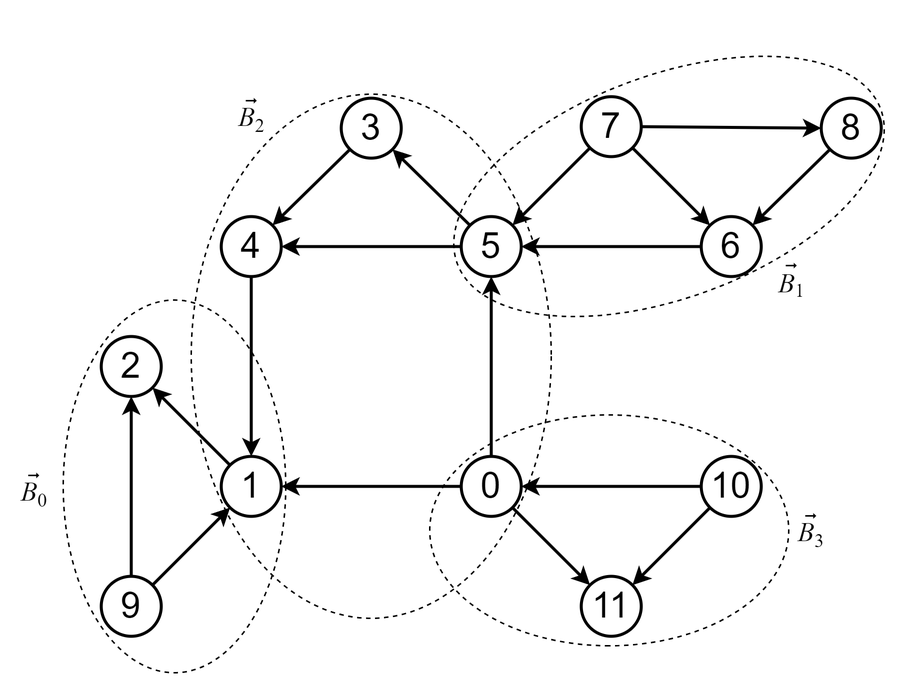
Before: thesis/images/graph_ex_components.png, a diagram exported from draw.io (IC-99/book-embeddings). Source tidied: cells renumbered, new cells last; positions are measured from the earlier drawing's top-left corner, leaving out a move shared by most shapes.
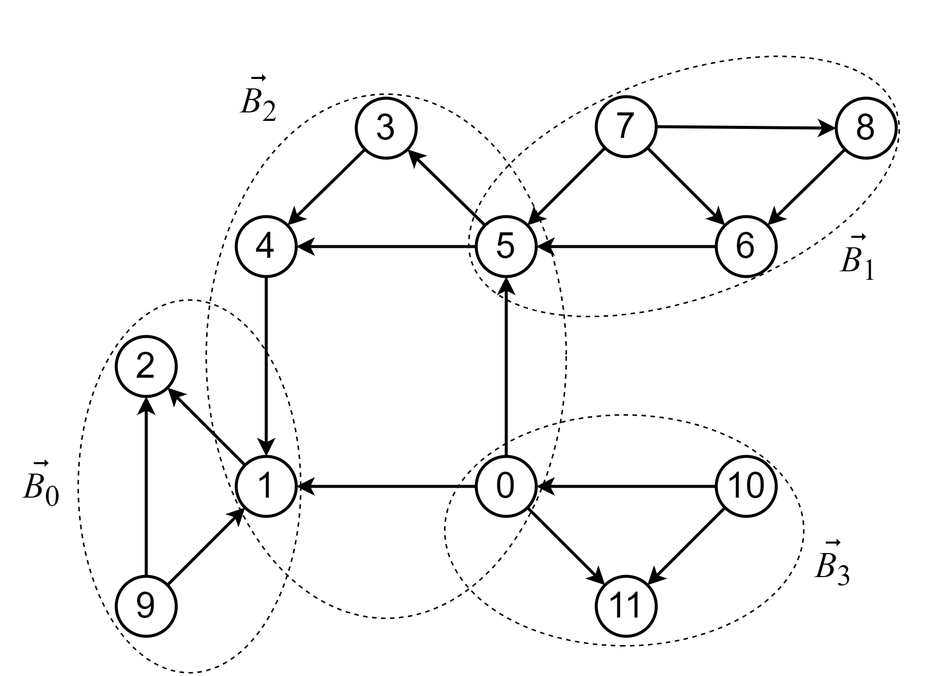
Later version of the same file.

What changed in the source:
```diff
@@ -29,30 +29,6 @@
     <mxCell id="10" style="endArrow=classic;html=1;rounded=0;exitX=0;exitY=0;exitDx=0;exitDy=0;entryX=1;entryY=1;entryDx=0;entryDy=0;strokeWidth=2;" parent="1" edge="1" source="5" target="7">
       <mxGeometry relative="1" as="geometry" />
     </mxCell>
-    <mxCell id="11" value="&lt;i style=&quot;font-size: 18px;&quot;&gt;B&lt;/i&gt;&lt;sub style=&quot;&quot;&gt;&lt;font style=&quot;font-size: 12.5px;&quot;&gt;1&lt;/font&gt;&lt;/sub&gt;" style="text;html=1;align=center;verticalAlign=middle;strokeColor=none;fillColor=none;strokeWidth=1;fontFamily=Times New Roman;fontStyle=0;" parent="1" vertex="1">
-      <mxGeometry x="505" y="196" width="40" height="40" as="geometry" />
-    </mxCell>
-    <mxCell id="12" value="&lt;span style=&quot;&quot;&gt;&lt;span style=&quot;font-style: italic; font-size: 18px;&quot;&gt;B&lt;/span&gt;&lt;span style=&quot;font-size: 15px;&quot;&gt;&lt;sub style=&quot;&quot;&gt;0&lt;/sub&gt;&lt;/span&gt;&lt;/span&gt;" style="text;html=1;align=center;verticalAlign=middle;strokeColor=none;fillColor=none;strokeWidth=1;fontFamily=Times New Roman;fontStyle=0;" parent="1" vertex="1">
-      <mxGeometry x="-0.3" y="335" width="40" height="40" as="geometry" />
-    </mxCell>
-    <mxCell id="13" value="&lt;span style=&quot;&quot;&gt;&lt;span style=&quot;font-style: italic; font-size: 18px;&quot;&gt;B&lt;/span&gt;&lt;span style=&quot;font-size: 15px;&quot;&gt;&lt;sub style=&quot;&quot;&gt;3&lt;/sub&gt;&lt;/span&gt;&lt;/span&gt;" style="text;html=1;align=center;verticalAlign=middle;strokeColor=none;fillColor=none;strokeWidth=1;fontFamily=Times New Roman;fontStyle=0;" parent="1" vertex="1">
-      <mxGeometry x="517.9" y="361.8" width="40" height="40" as="geometry" />
-    </mxCell>
-    <mxCell id="14" value="&lt;span style=&quot;&quot;&gt;&lt;span style=&quot;font-style: italic; font-size: 18px;&quot;&gt;B&lt;/span&gt;&lt;span style=&quot;font-size: 15px;&quot;&gt;&lt;sub style=&quot;&quot;&gt;2&lt;/sub&gt;&lt;/span&gt;&lt;/span&gt;" style="text;html=1;align=center;verticalAlign=middle;strokeColor=none;fillColor=none;strokeWidth=1;fontFamily=Times New Roman;fontStyle=0;" parent="1" vertex="1">
-      <mxGeometry x="145" y="85" width="40" height="40" as="geometry" />
-    </mxCell>
-    <mxCell id="15" value="&lt;var class=&quot;vector&quot;&gt;&lt;span&gt;&lt;font style=&quot;font-size: 18px;&quot;&gt;⃗&lt;/font&gt;&lt;/span&gt;&lt;/var&gt;" style="text;html=1;align=center;verticalAlign=middle;strokeColor=none;fillColor=none;fontFamily=Times New Roman;fontStyle=0;" parent="1" vertex="1">
-      <mxGeometry x="527.9" y="356.8" width="20" height="40" as="geometry" />
-    </mxCell>
-    <mxCell id="16" value="&lt;var class=&quot;vector&quot;&gt;&lt;span&gt;&lt;font style=&quot;font-size: 18px;&quot;&gt;⃗&lt;/font&gt;&lt;/span&gt;&lt;/var&gt;" style="text;html=1;align=center;verticalAlign=middle;strokeColor=none;fillColor=none;fontFamily=Times New Roman;" parent="1" vertex="1">
-      <mxGeometry x="515" y="190" width="20" height="40" as="geometry" />
-    </mxCell>
-    <mxCell id="17" value="&lt;var class=&quot;vector&quot;&gt;&lt;span&gt;&lt;font style=&quot;font-size: 18px;&quot;&gt;⃗&lt;/font&gt;&lt;/span&gt;&lt;/var&gt;" style="text;html=1;align=center;verticalAlign=middle;strokeColor=none;fillColor=none;fontFamily=Times New Roman;" parent="1" vertex="1">
-      <mxGeometry x="9.7" y="330" width="20" height="40" as="geometry" />
-    </mxCell>
-    <mxCell id="18" value="&lt;var class=&quot;vector&quot;&gt;&lt;span&gt;&lt;font style=&quot;font-size: 18px;&quot;&gt;⃗&lt;/font&gt;&lt;/span&gt;&lt;/var&gt;" style="text;html=1;align=center;verticalAlign=middle;strokeColor=none;fillColor=none;fontFamily=Times New Roman;" parent="1" vertex="1">
-      <mxGeometry x="155" y="80" width="20" height="40" as="geometry" />
-    </mxCell>
     <mxCell id="19" value="&lt;font face=&quot;Helvetica&quot; style=&quot;font-size: 24px;&quot;&gt;4&lt;/font&gt;" style="ellipse;whiteSpace=wrap;html=1;strokeWidth=2;" parent="1" vertex="1">
       <mxGeometry x="145" y="170" width="40" height="40" as="geometry" />
     </mxCell>
@@ -125,5 +101,29 @@
     <mxCell id="42" style="ellipse;whiteSpace=wrap;html=1;fillColor=none;dashed=1;rotation=90;" parent="1" vertex="1">
       <mxGeometry x="326.7" y="259.7" width="154" height="239.3" as="geometry" />
     </mxCell>
+    <mxCell id="12" value="&lt;span style=&quot;font-size: 24px; font-style: italic;&quot;&gt;B&lt;/span&gt;&lt;sub style=&quot;&quot;&gt;&lt;font style=&quot;font-size: 20px;&quot;&gt;0&lt;/font&gt;&lt;/sub&gt;" style="text;html=1;align=center;verticalAlign=middle;strokeColor=none;fillColor=none;strokeWidth=1;fontFamily=Times New Roman;fontStyle=0;fontSize=24;" parent="1" vertex="1">
+      <mxGeometry x="-10.3" y="326.5" width="50" height="50" as="geometry" />
+    </mxCell>
+    <mxCell id="43" value="&lt;var class=&quot;vector&quot;&gt;&lt;span&gt;&lt;font style=&quot;font-size: 24px;&quot;&gt;⃗&lt;/font&gt;&lt;/span&gt;&lt;/var&gt;" style="text;html=1;align=center;verticalAlign=middle;strokeColor=none;fillColor=none;fontFamily=Times New Roman;" parent="1" vertex="1">
+      <mxGeometry x="4.7" y="323.5" width="20" height="40" as="geometry" />
+    </mxCell>
+    <mxCell id="11" value="&lt;span style=&quot;font-size: 24px; font-style: italic;&quot;&gt;B&lt;/span&gt;&lt;sub style=&quot;&quot;&gt;&lt;font style=&quot;font-size: 20px;&quot;&gt;1&lt;/font&gt;&lt;/sub&gt;" style="text;html=1;align=center;verticalAlign=middle;strokeColor=none;fillColor=none;strokeWidth=1;fontFamily=Times New Roman;fontStyle=0;fontSize=24;" parent="1" vertex="1">
+      <mxGeometry x="535" y="175.7" width="50" height="50" as="geometry" />
+    </mxCell>
+    <mxCell id="44" value="&lt;var class=&quot;vector&quot;&gt;&lt;span&gt;&lt;font style=&quot;font-size: 24px;&quot;&gt;⃗&lt;/font&gt;&lt;/span&gt;&lt;/var&gt;" style="text;html=1;align=center;verticalAlign=middle;strokeColor=none;fillColor=none;fontFamily=Times New Roman;" parent="1" vertex="1">
+      <mxGeometry x="550" y="172.7" width="20" height="40" as="geometry" />
+    </mxCell>
+    <mxCell id="14" value="&lt;span style=&quot;font-size: 24px; font-style: italic;&quot;&gt;B&lt;/span&gt;&lt;sub style=&quot;&quot;&gt;&lt;font style=&quot;font-size: 20px;&quot;&gt;2&lt;/font&gt;&lt;/sub&gt;" style="text;html=1;align=center;verticalAlign=middle;strokeColor=none;fillColor=none;strokeWidth=1;fontFamily=Times New Roman;fontStyle=0;fontSize=24;" parent="1" vertex="1">
+      <mxGeometry x="135" y="70" width="50" height="50" as="geometry" />
+    </mxCell>
+    <mxCell id="45" value="&lt;var class=&quot;vector&quot;&gt;&lt;span&gt;&lt;font style=&quot;font-size: 24px;&quot;&gt;⃗&lt;/font&gt;&lt;/span&gt;&lt;/var&gt;" style="text;html=1;align=center;verticalAlign=middle;strokeColor=none;fillColor=none;fontFamily=Times New Roman;" parent="1" vertex="1">
+      <mxGeometry x="150" y="67" width="20" height="40" as="geometry" />
+    </mxCell>
+    <mxCell id="13" value="&lt;span style=&quot;font-size: 24px; font-style: italic;&quot;&gt;B&lt;/span&gt;&lt;sub style=&quot;&quot;&gt;&lt;font style=&quot;font-size: 20px;&quot;&gt;3&lt;/font&gt;&lt;/sub&gt;" style="text;html=1;align=center;verticalAlign=middle;strokeColor=none;fillColor=none;strokeWidth=1;fontFamily=Times New Roman;fontStyle=0;fontSize=24;" parent="1" vertex="1">
+      <mxGeometry x="517.9" y="379.5" width="50" height="50" as="geometry" />
+    </mxCell>
+    <mxCell id="46" value="&lt;var class=&quot;vector&quot;&gt;&lt;span&gt;&lt;font style=&quot;font-size: 24px;&quot;&gt;⃗&lt;/font&gt;&lt;/span&gt;&lt;/var&gt;" style="text;html=1;align=center;verticalAlign=middle;strokeColor=none;fillColor=none;fontFamily=Times New Roman;" parent="1" vertex="1">
+      <mxGeometry x="532.9" y="376.5" width="20" height="40" as="geometry" />
+    </mxCell>
   </root>
 </mxGraphModel>
```
